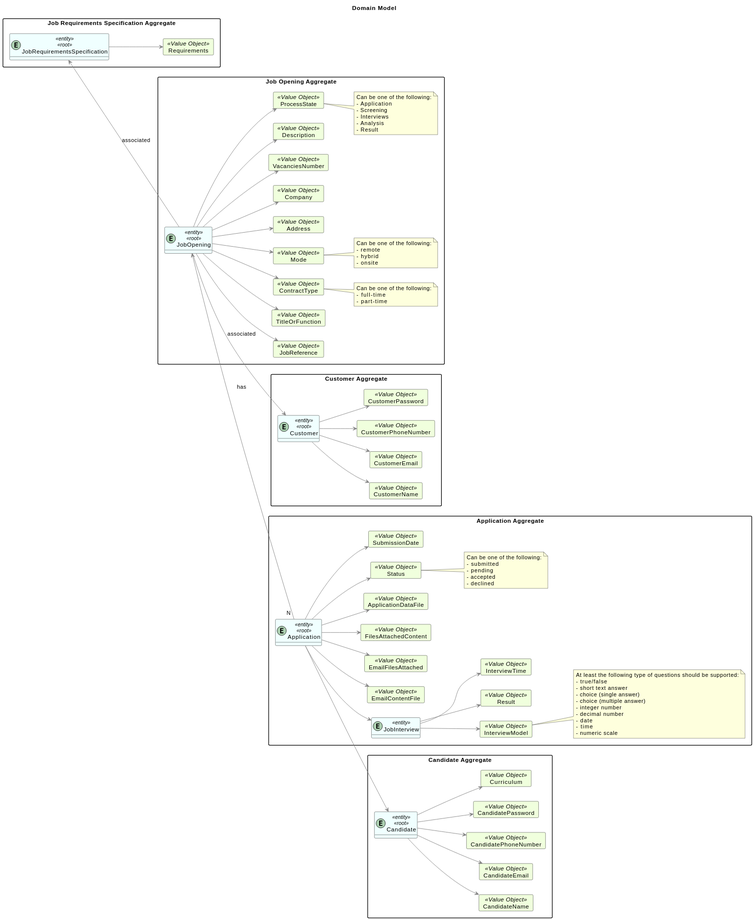
Above: docs/SprintA/G006/domain_model.svg in MiguelCardoso77/LAPR4 (PlantUML), before the change. Source of this version:
```plantuml
@startuml
hide methods
left to right direction

Title "Domain Model"

skinparam class {
    LifeLineBorderColor DarkBlue
    LifeLineBackgroundColor APPLICATION
    BackgroundColor #F0FFFF
    ArrowColor grey
    BorderColor black
}

skinparam packageStyle rectangle

skinparam card {
    LifeLineBorderColor Green
    LifeLineBackgroundColor APPLICATION
    BackgroundColor #F0FFDD
    ArrowColor DarkGrey
    BorderColor Black
}


package "Customer Aggregate"{
entity Customer <<entity>><<root>>

    card CustomerName <<Value Object>> {
    }
    card CustomerEmail <<Value Object>> {
    }
    card CustomerPhoneNumber <<Value Object>> {
    }
    card CustomerPassword <<Value Object>> {
    }

        Customer --> CustomerEmail
        Customer --> CustomerName
        Customer --> CustomerPhoneNumber
        Customer --> CustomerPassword
}

package "Candidate Aggregate"{
entity Candidate <<entity>><<root>>

    card CandidateName <<Value Object>> {
    }
    card CandidateEmail <<Value Object>> {
    }
    card CandidatePhoneNumber <<Value Object>> {
    }
    card CandidatePassword <<Value Object>> {
    }
    card Curriculum <<Value Object>> {
    }

        Candidate --> CandidateEmail
        Candidate --> CandidateName
        Candidate --> CandidatePhoneNumber
        Candidate --> CandidatePassword
        Candidate --> Curriculum

}

package "Job Requirements Specification Aggregate"{
entity JobRequirementsSpecification <<entity>><<root>>

    card Requirements <<Value Object>>{
    }

        JobRequirementsSpecification --> Requirements

}

package "Job Opening Aggregate"{
entity JobOpening <<entity>><<root>>

    card JobReference <<Value Object>> {
    }
    card TitleOrFunction <<Value Object>> {
    }
    card ContractType <<Value Object>> {
    }
    card Mode <<Value Object>> {
    }
    card Address <<Value Object>> {
    }
    card Company <<Value Object>> {
    }
    card VacanciesNumber <<Value Object>> {
    }
    card Description <<Value Object>> {
    }
    card ProcessState <<Value Object>> {
    }

    JobOpening --> JobReference
    JobOpening --> TitleOrFunction
    JobOpening --> ContractType
    JobOpening --> Mode
    JobOpening --> Address
    JobOpening --> Company
    JobOpening --> VacanciesNumber
    JobOpening --> Description
    JobOpening --> ProcessState

    note right of ContractType
        Can be one of the following:
        - full-time
        - part-time
    end note

    note right of Mode
         Can be one of the following:
         - remote
         - hybrid
         - onsite
    end note
    note right of ProcessState
            Can be one of the following:
            - Application
            - Screening
            - Interviews
            - Analysis
            - Result
        end note
}

package "Application Aggregate"{
entity Application <<entity>><<root>>

    card EmailContentFile <<Value Object>> {
    }
    card EmailFilesAttached <<Value Object>>{
    }
    card FilesAttachedContent <<Value Object>>{
    }
    card ApplicationDataFile <<Value Object>>{
    }
    card Status <<Value Object>>{
    }
    card SubmissionDate <<Value Object>>{
    }

    Application --> EmailContentFile
    Application --> EmailFilesAttached
    Application --> FilesAttachedContent
    Application --> ApplicationDataFile
    Application --> Status
    Application --> SubmissionDate

    note right of Status
        Can be one of the following:
        - submitted
        - pending
        - accepted
        - declined
    end note

    entity JobInterview <<entity>>

        card InterviewModel <<Value Object>> {
        }
        card Result <<Value Object>> {
        }
        card InterviewTime <<Value Object>> {
        }

        JobInterview --> InterviewModel
        JobInterview --> Result
        JobInterview --> InterviewTime

    note right of InterviewModel
        At least the following type of questions should be supported:
        - true/false
        - short text answer
        - choice (single answer)
        - choice (multiple answer)
        - integer number
        - decimal number
        - date
        - time
        - numeric scale
    end note
}

    JobOpening <-- "N " Application : has
    JobOpening --> Customer : associated

    Application --> Candidate
    Application --> JobInterview




    JobRequirementsSpecification <-- JobOpening : associated
@enduml
```
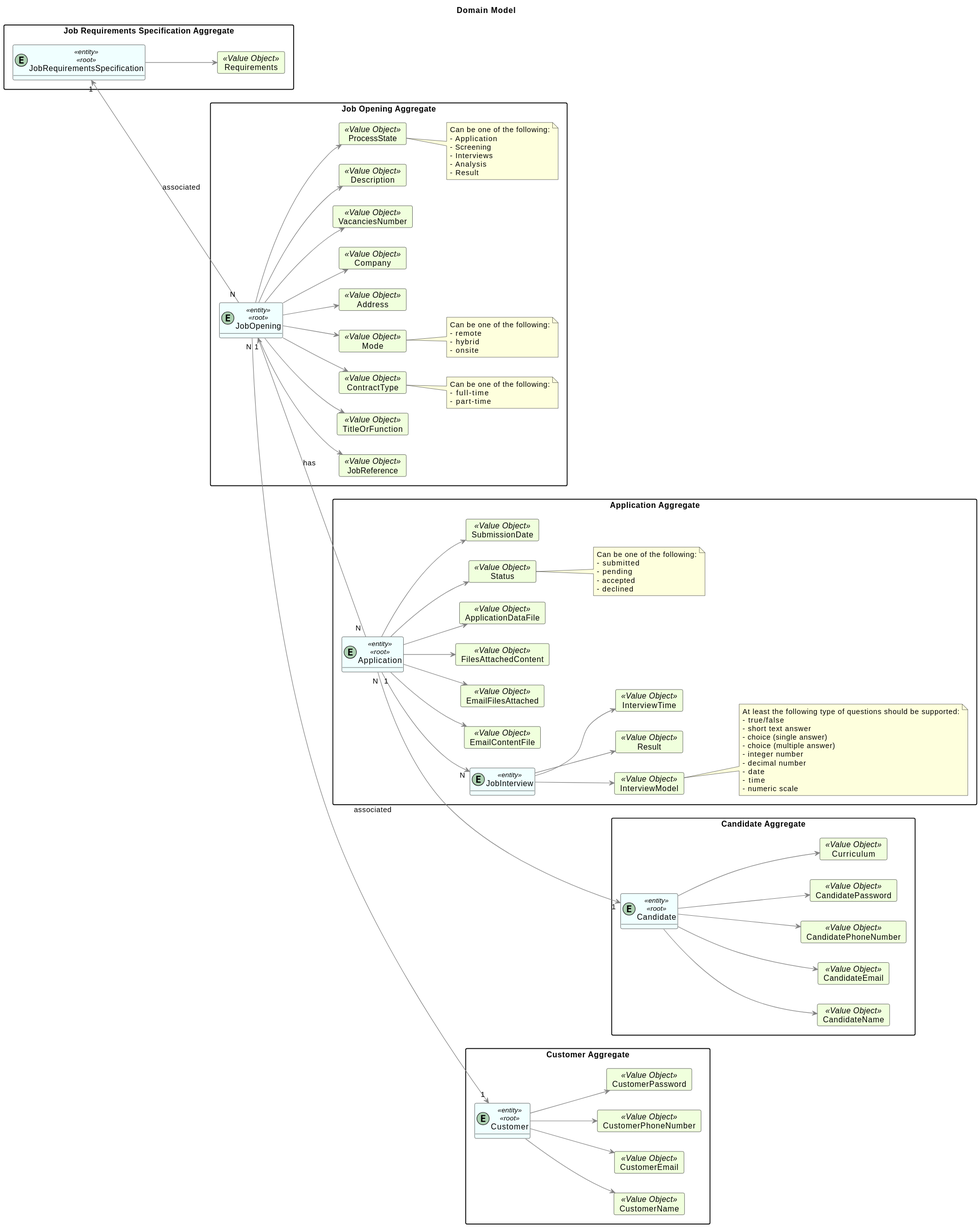
The same file after the commit.

Commit message:
#6 - domain model cardinality

What changed in the source:
```diff
@@ -185,14 +185,11 @@
     end note
 }
 
-    JobOpening <-- "N " Application : has
-    JobOpening --> Customer : associated
+    JobOpening "1" <-- "N " Application : has
+    JobOpening "N" ---> "1" Customer : associated
 
-    Application --> Candidate
-    Application --> JobInterview
+    Application "N" ---> "1" Candidate
+    Application "1" --> "N" JobInterview
 
-
-
-
-    JobRequirementsSpecification <-- JobOpening : associated
+    JobRequirementsSpecification "1" <-- "N" JobOpening : associated
 @enduml
```
